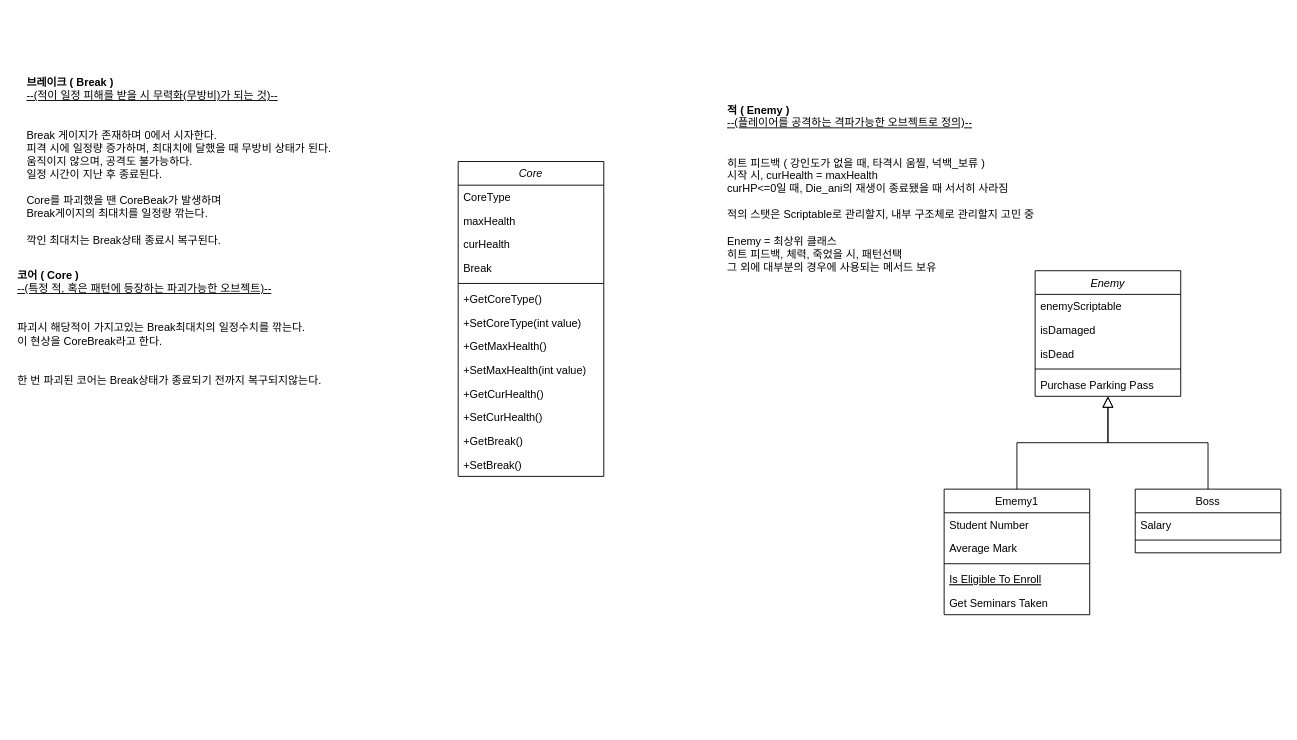
The draw.io diagram Capstone_Monster.drawio in hu4nana/ClassIdeas, before the edit. Source tidied: cells renumbered, new cells numbered last; positions are measured from the earlier drawing's top-left corner, leaving out a move shared by most shapes. Both pictures are drawn from the tidied source at 91%, with x=0, y=0 at pixel (15, 15).
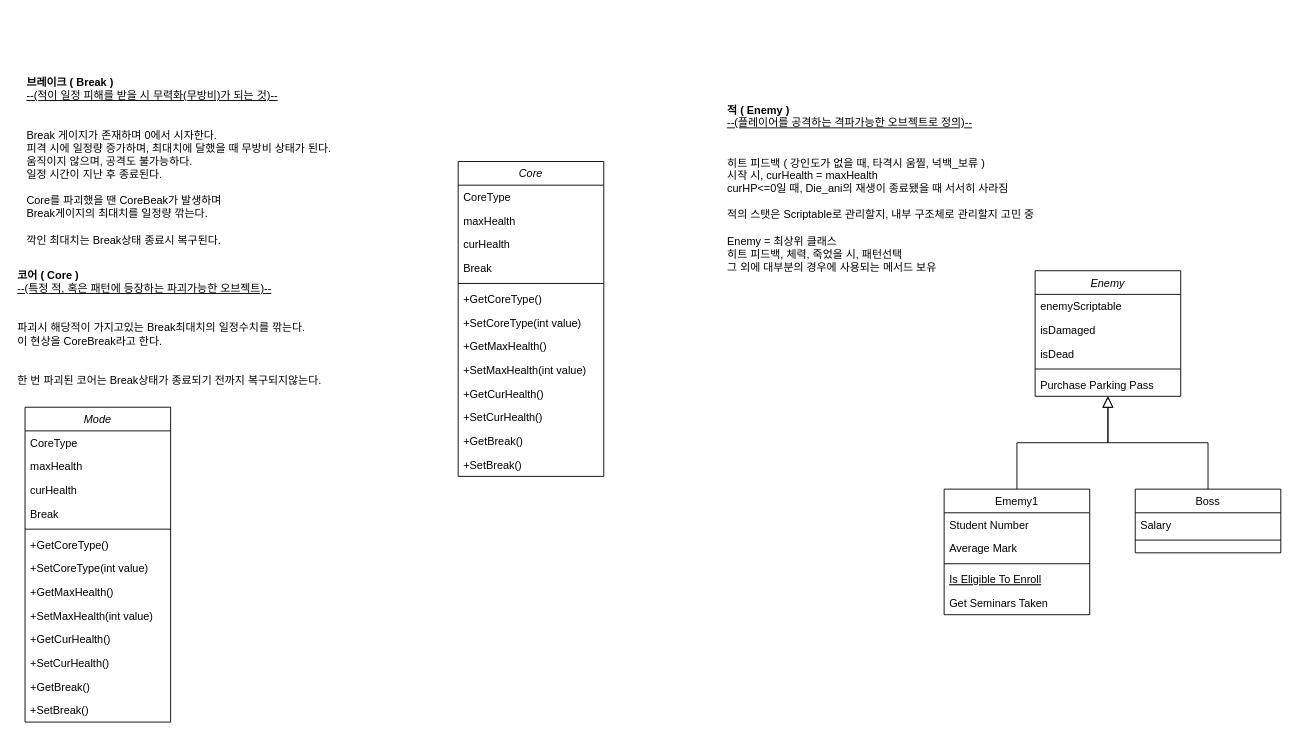
The same page after the edit.

What changed in the source:
```diff
@@
+    <mxCell id="36" value="Mode" style="swimlane;fontStyle=2;align=center;verticalAlign=top;horizontal=1;startSize=26;rounded=0;shadow=0;strokeWidth=1;" parent="1" vertex="1">
+      <mxGeometry x="10" y="430" width="160" height="346" as="geometry" />
+    </mxCell>
+    <mxCell id="37" value="CoreType" style="text;align=left;verticalAlign=top;spacingLeft=4;spacingRight=4;overflow=hidden;" parent="36" vertex="1">
+      <mxGeometry y="26" width="160" height="26" as="geometry" />
+    </mxCell>
+    <mxCell id="38" value="maxHealth" style="text;align=left;verticalAlign=top;spacingLeft=4;spacingRight=4;overflow=hidden;rounded=0;shadow=0;html=0;" parent="36" vertex="1">
+      <mxGeometry y="52" width="160" height="26" as="geometry" />
+    </mxCell>
+    <mxCell id="39" value="curHealth" style="text;align=left;verticalAlign=top;spacingLeft=4;spacingRight=4;overflow=hidden;rounded=0;shadow=0;html=0;" parent="36" vertex="1">
+      <mxGeometry y="78" width="160" height="26" as="geometry" />
+    </mxCell>
+    <mxCell id="40" value="Break" style="text;align=left;verticalAlign=top;spacingLeft=4;spacingRight=4;overflow=hidden;rounded=0;shadow=0;html=0;" parent="36" vertex="1">
+      <mxGeometry y="104" width="160" height="26" as="geometry" />
+    </mxCell>
+    <mxCell id="41" style="line;html=1;strokeWidth=1;align=left;verticalAlign=middle;spacingTop=-1;spacingLeft=3;spacingRight=3;labelPosition=right;" parent="36" vertex="1">
+      <mxGeometry y="130" width="160" height="8" as="geometry" />
+    </mxCell>
+    <mxCell id="42" value="+GetCoreType()" style="text;align=left;verticalAlign=top;spacingLeft=4;spacingRight=4;overflow=hidden;" parent="36" vertex="1">
+      <mxGeometry y="138" width="160" height="26" as="geometry" />
+    </mxCell>
+    <mxCell id="43" value="+SetCoreType(int value)" style="text;align=left;verticalAlign=top;spacingLeft=4;spacingRight=4;overflow=hidden;" parent="36" vertex="1">
+      <mxGeometry y="164" width="160" height="26" as="geometry" />
+    </mxCell>
+    <mxCell id="44" value="+GetMaxHealth()" style="text;align=left;verticalAlign=top;spacingLeft=4;spacingRight=4;overflow=hidden;" parent="36" vertex="1">
+      <mxGeometry y="190" width="160" height="26" as="geometry" />
+    </mxCell>
+    <mxCell id="45" value="+SetMaxHealth(int value)" style="text;align=left;verticalAlign=top;spacingLeft=4;spacingRight=4;overflow=hidden;" parent="36" vertex="1">
+      <mxGeometry y="216" width="160" height="26" as="geometry" />
+    </mxCell>
+    <mxCell id="46" value="+GetCurHealth()" style="text;align=left;verticalAlign=top;spacingLeft=4;spacingRight=4;overflow=hidden;" parent="36" vertex="1">
+      <mxGeometry y="242" width="160" height="26" as="geometry" />
+    </mxCell>
+    <mxCell id="47" value="+SetCurHealth()" style="text;align=left;verticalAlign=top;spacingLeft=4;spacingRight=4;overflow=hidden;" parent="36" vertex="1">
+      <mxGeometry y="268" width="160" height="26" as="geometry" />
+    </mxCell>
+    <mxCell id="48" value="+GetBreak()" style="text;align=left;verticalAlign=top;spacingLeft=4;spacingRight=4;overflow=hidden;" parent="36" vertex="1">
+      <mxGeometry y="294" width="160" height="26" as="geometry" />
+    </mxCell>
+    <mxCell id="49" value="+SetBreak()" style="text;align=left;verticalAlign=top;spacingLeft=4;spacingRight=4;overflow=hidden;" parent="36" vertex="1">
+      <mxGeometry y="320" width="160" height="26" as="geometry" />
+    </mxCell>
```
